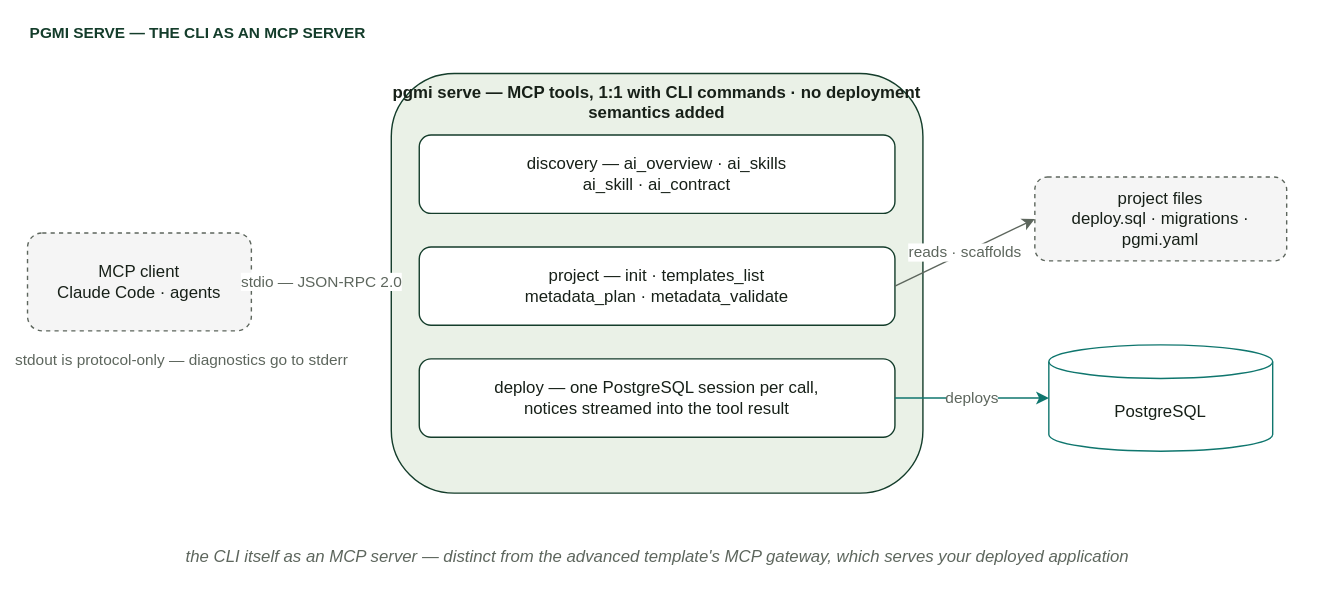
This is docs/diagrams/d09-mcp-serve.drawio.svg from vvka-141/pgmi, a draw.io export, as it was before one commit. Source tidied: cells renumbered, new cells last; positions are measured from the earlier drawing's top-left corner, leaving out a move shared by most shapes.
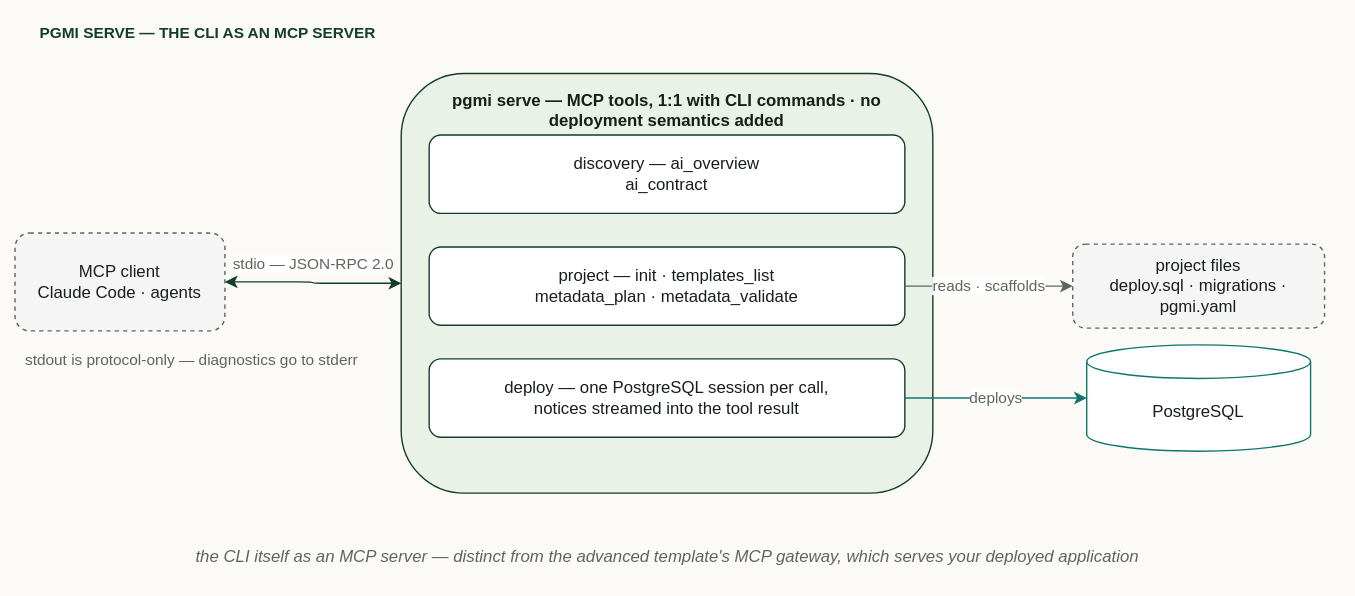
The same diagram one commit later.

The edit, as a diff of the source:
```diff
@@ -6,12 +6,12 @@
       <mxGeometry width="360" height="20" as="geometry" />
     </mxCell>
     <mxCell id="3" value="MCP client&#10;Claude Code · agents" style="rounded=1;whiteSpace=wrap;html=1;fillColor=#f5f5f5;strokeColor=#5d665d;dashed=1;fontColor=#172018;fontSize=12;" parent="1" vertex="1">
-      <mxGeometry y="156" width="160" height="70" as="geometry" />
+      <mxGeometry x="-16" y="156" width="150" height="70" as="geometry" />
     </mxCell>
-    <mxCell id="4" value="pgmi serve — MCP tools, 1:1 with CLI commands · no deployment semantics added" style="rounded=1;whiteSpace=wrap;html=1;verticalAlign=top;fillColor=#eaf1e7;strokeColor=#143d2b;fontColor=#172018;fontStyle=1;fontSize=12;" parent="1" vertex="1">
+    <mxCell id="4" value="pgmi serve — MCP tools, 1:1 with CLI commands · no deployment semantics added" style="rounded=1;whiteSpace=wrap;html=1;verticalAlign=top;fillColor=#eaf1e7;strokeColor=#143d2b;fontColor=#172018;fontStyle=1;fontSize=12;spacingLeft=16;spacingRight=16;spacingTop=6;" parent="1" vertex="1">
       <mxGeometry x="260" y="42" width="380" height="300" as="geometry" />
     </mxCell>
-    <mxCell id="5" value="discovery — ai_overview · ai_skills&#10;ai_skill · ai_contract" style="rounded=1;whiteSpace=wrap;html=1;fillColor=#ffffff;strokeColor=#143d2b;fontColor=#172018;fontSize=12;" parent="1" vertex="1">
+    <mxCell id="5" value="discovery — ai_overview&#10;ai_contract" style="rounded=1;whiteSpace=wrap;html=1;fillColor=#ffffff;strokeColor=#143d2b;fontColor=#172018;fontSize=12;" parent="1" vertex="1">
       <mxGeometry x="280" y="86" width="340" height="56" as="geometry" />
     </mxCell>
     <mxCell id="6" value="project — init · templates_list&#10;metadata_plan · metadata_validate" style="rounded=1;whiteSpace=wrap;html=1;fillColor=#ffffff;strokeColor=#143d2b;fontColor=#172018;fontSize=12;" parent="1" vertex="1">
@@ -21,18 +21,20 @@
       <mxGeometry x="280" y="246" width="340" height="56" as="geometry" />
     </mxCell>
     <mxCell id="8" value="project files&#10;deploy.sql · migrations · pgmi.yaml" style="rounded=1;whiteSpace=wrap;html=1;fillColor=#f5f5f5;strokeColor=#5d665d;dashed=1;fontColor=#172018;fontSize=12;" parent="1" vertex="1">
-      <mxGeometry x="720" y="116" width="180" height="60" as="geometry" />
+      <mxGeometry x="740" y="164" width="180" height="60" as="geometry" />
     </mxCell>
     <mxCell id="9" value="PostgreSQL" style="shape=cylinder3;whiteSpace=wrap;html=1;boundedLbl=1;backgroundOutline=1;size=12;fillColor=#ffffff;strokeColor=#0f766e;fontColor=#172018;fontSize=12;" parent="1" vertex="1">
-      <mxGeometry x="730" y="236" width="160" height="76" as="geometry" />
+      <mxGeometry x="750" y="236" width="160" height="76" as="geometry" />
     </mxCell>
-    <mxCell id="10" value="stdio — JSON-RPC 2.0" style="html=1;endArrow=classic;startArrow=classic;strokeColor=#143d2b;fontColor=#5d665d;fontSize=11;exitX=1;exitY=0.5;entryX=0;entryY=0.5;" parent="1" edge="1" source="3" target="4">
-      <mxGeometry relative="1" as="geometry" />
+    <mxCell id="10" value="stdio — JSON-RPC 2.0" style="edgeStyle=orthogonalEdgeStyle;rounded=1;html=1;endArrow=classic;startArrow=classic;strokeColor=#143d2b;fontColor=#5d665d;fontSize=11;exitX=1;exitY=0.5;entryX=0;entryY=0.5;" parent="1" edge="1" source="3" target="4">
+      <mxGeometry relative="1" as="geometry">
+        <mxPoint y="-14" as="offset" />
+      </mxGeometry>
     </mxCell>
-    <mxCell id="11" value="reads · scaffolds" style="html=1;endArrow=classic;strokeColor=#5d665d;fontColor=#5d665d;fontSize=11;exitX=1;exitY=0.5;entryX=0;entryY=0.5;" parent="1" edge="1" source="6" target="8">
+    <mxCell id="11" value="reads · scaffolds" style="edgeStyle=orthogonalEdgeStyle;rounded=1;html=1;endArrow=classic;strokeColor=#5d665d;fontColor=#5d665d;fontSize=11;exitX=1;exitY=0.5;entryX=0;entryY=0.5;" parent="1" edge="1" source="6" target="8">
       <mxGeometry relative="1" as="geometry" />
     </mxCell>
-    <mxCell id="12" value="deploys" style="html=1;endArrow=classic;strokeColor=#0f766e;fontColor=#5d665d;fontSize=11;exitX=1;exitY=0.5;entryX=0;entryY=0.5;" parent="1" edge="1" source="7" target="9">
+    <mxCell id="12" value="deploys" style="edgeStyle=orthogonalEdgeStyle;rounded=1;html=1;endArrow=classic;strokeColor=#0f766e;fontColor=#5d665d;fontSize=11;exitX=1;exitY=0.5;entryX=0;entryY=0.5;" parent="1" edge="1" source="7" target="9">
       <mxGeometry relative="1" as="geometry" />
     </mxCell>
     <mxCell id="13" value="stdout is protocol-only — diagnostics go to stderr" style="text;html=1;align=center;fontSize=11;fontColor=#5d665d;" parent="1" vertex="1">
```
